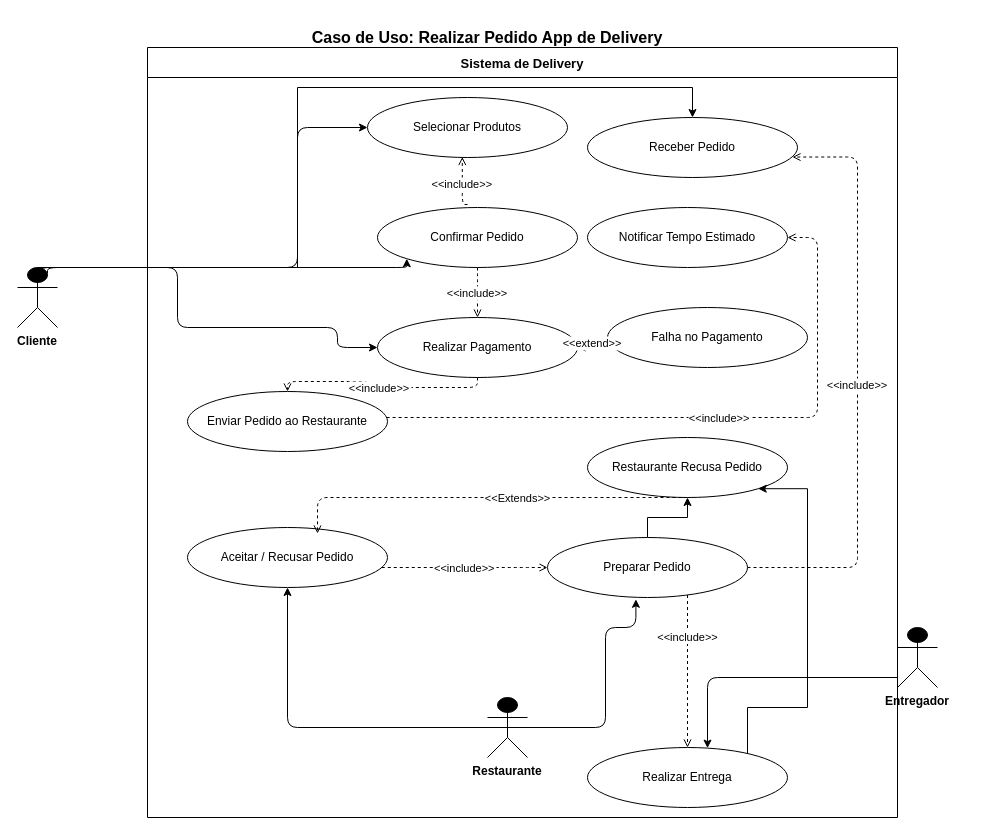
The draw.io diagram CasoDeUsoDelivery.drawio in J-Gabriels-dev/projectDataBase, before the edit. Source tidied: cells renumbered, new cells numbered last; positions are measured from the earlier drawing's top-left corner, leaving out a move shared by most shapes. Both pictures are drawn from the tidied source at 100%, with x=0, y=0 at pixel (17, 17).
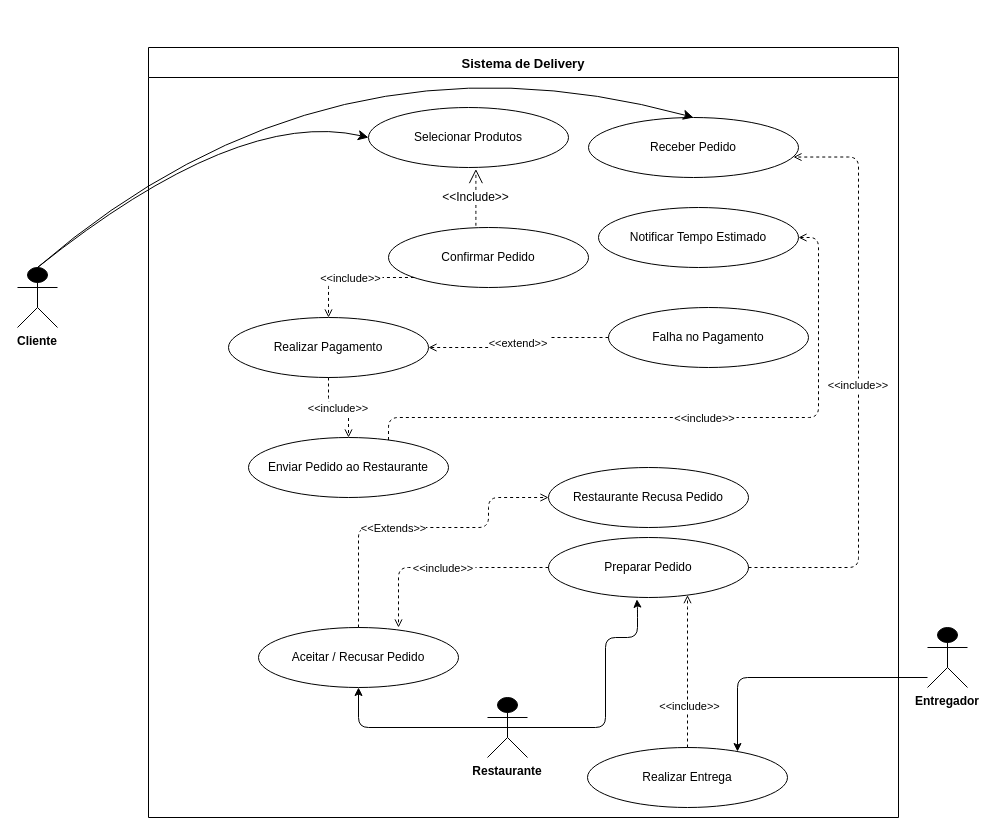
After the change.

The change refers to these unchanged cells:
```xml
<mxCell id="10" value="Preparar Pedido" style="ellipse;whiteSpace=wrap;html=1;fillColor=#ffffff;strokeColor=#000000;fontSize=12;" parent="3" vertex="1">
  <mxGeometry x="400" y="490" width="200" height="60" as="geometry" />
</mxCell>
<mxCell id="11" value="Receber Pedido" style="ellipse;whiteSpace=wrap;html=1;fillColor=#ffffff;strokeColor=#000000;fontSize=12;" parent="3" vertex="1">
  <mxGeometry x="440" y="70" width="210" height="60" as="geometry" />
</mxCell>
<mxCell id="25" value="Cliente" style="shape=umlActor;fillColor=#000000;strokeColor=#000000;fontSize=12;fontStyle=1;verticalLabelPosition=bottom;verticalAlign=top;" parent="1" vertex="1">
  <mxGeometry y="250" width="40" height="60" as="geometry" />
</mxCell>
<mxCell id="26" value="Restaurante" style="shape=umlActor;fillColor=#000000;strokeColor=#000000;fontSize=12;fontStyle=1;verticalLabelPosition=bottom;verticalAlign=top;" parent="1" vertex="1">
  <mxGeometry x="470" y="680" width="40" height="60" as="geometry" />
</mxCell>
<mxCell id="33" value="Realizar Entrega" style="ellipse;whiteSpace=wrap;html=1;fillColor=#ffffff;strokeColor=#000000;fontSize=12;" parent="1" vertex="1">
  <mxGeometry x="570" y="730" width="200" height="60" as="geometry" />
</mxCell>
```

Change to the diagram source:
```diff
@@
-    <mxCell id="2" value="Caso de Uso: Realizar Pedido App de Delivery" style="text;html=1;strokeColor=none;fillColor=none;align=center;verticalAlign=middle;whiteSpace=wrap;rounded=0;fontSize=16;fontStyle=1;" parent="1" vertex="1">
-      <mxGeometry x="130" width="680" height="40" as="geometry" />
-    </mxCell>
     <mxCell id="3" value="Sistema de Delivery" style="swimlane;startSize=30;fillColor=none;strokeColor=#000000;fontStyle=1;fontSize=13;align=center;" parent="1" vertex="1">
-      <mxGeometry x="130" y="30" width="750" height="770" as="geometry" />
+      <mxGeometry x="131" y="30" width="750" height="770" as="geometry" />
     </mxCell>
     <mxCell id="4" value="Selecionar Produtos" style="ellipse;whiteSpace=wrap;html=1;fillColor=#ffffff;strokeColor=#000000;fontSize=12;" parent="3" vertex="1">
-      <mxGeometry x="220" y="50" width="200" height="60" as="geometry" />
+      <mxGeometry x="220" y="60" width="200" height="60" as="geometry" />
     </mxCell>
     <mxCell id="5" value="Confirmar Pedido" style="ellipse;whiteSpace=wrap;html=1;fillColor=#ffffff;strokeColor=#000000;fontSize=12;" parent="3" vertex="1">
-      <mxGeometry x="230" y="160" width="200" height="60" as="geometry" />
+      <mxGeometry x="240" y="180" width="200" height="60" as="geometry" />
     </mxCell>
     <mxCell id="6" value="Realizar Pagamento" style="ellipse;whiteSpace=wrap;html=1;fillColor=#ffffff;strokeColor=#000000;fontSize=12;" parent="3" vertex="1">
-      <mxGeometry x="230" y="270" width="200" height="60" as="geometry" />
+      <mxGeometry x="80" y="270" width="200" height="60" as="geometry" />
     </mxCell>
     <mxCell id="7" value="Enviar Pedido ao Restaurante" style="ellipse;whiteSpace=wrap;html=1;fillColor=#ffffff;strokeColor=#000000;fontSize=12;" parent="3" vertex="1">
-      <mxGeometry x="40" y="344" width="200" height="60" as="geometry" />
+      <mxGeometry x="100" y="390" width="200" height="60" as="geometry" />
     </mxCell>
     <mxCell id="8" value="Aceitar / Recusar Pedido" style="ellipse;whiteSpace=wrap;html=1;fillColor=#ffffff;strokeColor=#000000;fontSize=12;" parent="3" vertex="1">
-      <mxGeometry x="40" y="480" width="200" height="60" as="geometry" />
+      <mxGeometry x="110" y="580" width="200" height="60" as="geometry" />
     </mxCell>
-    <mxCell id="9" style="edgeStyle=orthogonalEdgeStyle;rounded=0;jettySize=auto;html=1;" parent="3" edge="1" source="10" target="14">
-      <mxGeometry relative="1" as="geometry">
-        <Array as="points">
-          <mxPoint x="500" y="470" />
-          <mxPoint x="540" y="470" />
-        </Array>
-      </mxGeometry>
-    </mxCell>
@@
     <mxCell id="12" value="Notificar Tempo Estimado" style="ellipse;whiteSpace=wrap;html=1;fillColor=#ffffff;strokeColor=#000000;fontSize=12;" parent="3" vertex="1">
-      <mxGeometry x="440" y="160" width="200" height="60" as="geometry" />
+      <mxGeometry x="450" y="160" width="200" height="60" as="geometry" />
     </mxCell>
@@
     <mxCell id="14" value="Restaurante Recusa Pedido" style="ellipse;whiteSpace=wrap;html=1;fillColor=#ffffff;strokeColor=#000000;fontSize=12;" parent="3" vertex="1">
-      <mxGeometry x="440" y="390" width="200" height="60" as="geometry" />
+      <mxGeometry x="400" y="420" width="200" height="60" as="geometry" />
     </mxCell>
-    <mxCell id="15" value="&lt;&lt;include&gt;&gt;" style="edgeStyle=orthogonalEdgeStyle;dashed=1;endArrow=open;endFill=0;entryX=0.474;entryY=0.992;entryDx=0;entryDy=0;entryPerimeter=0;" parent="3" edge="1" target="4">
-      <mxGeometry relative="1" as="geometry">
-        <mxPoint x="320" y="157" as="sourcePoint" />
-        <Array as="points">
-          <mxPoint x="315" y="157" />
-        </Array>
-      </mxGeometry>
-    </mxCell>
@@
     <mxCell id="19" value="&lt;&lt;include&gt;&gt;" style="edgeStyle=orthogonalEdgeStyle;dashed=1;endArrow=open;endFill=0;" parent="3" edge="1" source="7" target="12">
       <mxGeometry x="0.04" relative="1" as="geometry">
         <Array as="points">
+          <mxPoint x="240" y="370" />
           <mxPoint x="670" y="370" />
           <mxPoint x="670" y="190" />
         </Array>
       </mxGeometry>
     </mxCell>
-    <mxCell id="20" value="&lt;&lt;include&gt;&gt;" style="edgeStyle=orthogonalEdgeStyle;dashed=1;endArrow=open;endFill=0;" parent="3" edge="1" source="8" target="10">
+    <mxCell id="20" value="&lt;&lt;include&gt;&gt;" style="edgeStyle=orthogonalEdgeStyle;dashed=1;endArrow=open;endFill=0;entryX=0.7;entryY=0;entryDx=0;entryDy=0;entryPerimeter=0;exitX=0;exitY=0.5;exitDx=0;exitDy=0;" parent="3" edge="1" source="10" target="8">
       <mxGeometry relative="1" as="geometry">
         <Array as="points">
-          <mxPoint x="370" y="520" />
-          <mxPoint x="370" y="520" />
+          <mxPoint x="250" y="520" />
         </Array>
       </mxGeometry>
     </mxCell>
-    <mxCell id="21" style="edgeStyle=orthogonalEdgeStyle;dashed=1;endArrow=open;endFill=0;entryX=0.65;entryY=0.1;entryDx=0;entryDy=0;entryPerimeter=0;" parent="3" edge="1" source="14" target="8">
+    <mxCell id="21" style="edgeStyle=orthogonalEdgeStyle;dashed=1;endArrow=open;endFill=0;entryX=0;entryY=0.5;entryDx=0;entryDy=0;exitX=0.5;exitY=0;exitDx=0;exitDy=0;" parent="3" edge="1" source="8" target="14">
       <mxGeometry x="-0.33" y="40" relative="1" as="geometry">
         <Array as="points">
-          <mxPoint x="170" y="450" />
+          <mxPoint x="210" y="480" />
+          <mxPoint x="340" y="480" />
+          <mxPoint x="340" y="450" />
         </Array>
       </mxGeometry>
     </mxCell>
@@
+    <mxCell id="38" value="&amp;lt;&amp;lt;Include&amp;gt;&amp;gt;" style="endArrow=open;endSize=12;dashed=1;html=1;rounded=0;fontSize=12;curved=1;exitX=0.437;exitY=-0.03;exitDx=0;exitDy=0;exitPerimeter=0;entryX=0.537;entryY=1.026;entryDx=0;entryDy=0;entryPerimeter=0;" parent="3" edge="1" source="5" target="4">
+      <mxGeometry relative="1" as="geometry" />
+    </mxCell>
-    <mxCell id="24" style="edgeStyle=orthogonalEdgeStyle;rounded=0;jettySize=auto;html=1;exitX=0.5;exitY=0;exitDx=0;exitDy=0;exitPerimeter=0;entryX=0.5;entryY=0;entryDx=0;entryDy=0;" parent="1" edge="1" source="25" target="11">
+    <mxCell id="24" style="edgeStyle=none;curved=1;rounded=0;jettySize=auto;html=1;exitX=0.5;exitY=0;exitDx=0;exitDy=0;exitPerimeter=0;entryX=0.5;entryY=0;entryDx=0;entryDy=0;fontSize=12;startSize=8;endSize=8;" parent="1" edge="1" source="25" target="11">
       <mxGeometry relative="1" as="geometry">
         <Array as="points">
-          <mxPoint x="280" y="250" />
-          <mxPoint x="280" y="70" />
-          <mxPoint x="675" y="70" />
+          <mxPoint x="310" />
         </Array>
       </mxGeometry>
     </mxCell>
+    <mxCell id="28" style="edgeStyle=none;curved=1;rounded=0;jettySize=auto;html=1;exitX=0.5;exitY=0;exitDx=0;exitDy=0;exitPerimeter=0;entryX=0;entryY=0.5;entryDx=0;entryDy=0;fontSize=12;startSize=8;endSize=8;" parent="1" edge="1" source="25" target="4">
+      <mxGeometry relative="1" as="geometry">
+        <Array as="points">
+          <mxPoint x="220" y="90" />
+        </Array>
+      </mxGeometry>
+    </mxCell>
@@
     <mxCell id="27" value="Entregador" style="shape=umlActor;fillColor=#000000;strokeColor=#000000;fontSize=12;fontStyle=1;verticalLabelPosition=bottom;verticalAlign=top;" parent="1" vertex="1">
-      <mxGeometry x="880" y="610" width="40" height="60" as="geometry" />
+      <mxGeometry x="910" y="610" width="40" height="60" as="geometry" />
     </mxCell>
-    <mxCell id="28" style="edgeStyle=orthogonalEdgeStyle;" parent="1" edge="1" source="25" target="4">
-      <mxGeometry relative="1" as="geometry">
-        <Array as="points">
-          <mxPoint x="280" y="250" />
-          <mxPoint x="280" y="110" />
-        </Array>
-      </mxGeometry>
-    </mxCell>
-    <mxCell id="29" style="edgeStyle=orthogonalEdgeStyle;exitX=0.5;exitY=0.5;exitDx=0;exitDy=0;exitPerimeter=0;entryX=0;entryY=1;entryDx=0;entryDy=0;" parent="1" edge="1" source="25" target="5">
-      <mxGeometry relative="1" as="geometry">
-        <Array as="points">
-          <mxPoint x="20" y="250" />
-          <mxPoint x="389" y="250" />
-        </Array>
-      </mxGeometry>
-    </mxCell>
@@
     <mxCell id="31" style="edgeStyle=orthogonalEdgeStyle;exitX=0.5;exitY=0.5;exitDx=0;exitDy=0;exitPerimeter=0;entryX=0.442;entryY=1.03;entryDx=0;entryDy=0;entryPerimeter=0;" parent="1" edge="1" source="26" target="10">
       <mxGeometry relative="1" as="geometry">
         <Array as="points">
           <mxPoint x="588" y="710" />
-          <mxPoint x="588" y="610" />
-          <mxPoint x="618" y="610" />
+          <mxPoint x="588" y="620" />
+          <mxPoint x="620" y="620" />
+          <mxPoint x="620" y="590" />
         </Array>
       </mxGeometry>
     </mxCell>
     <mxCell id="32" style="edgeStyle=orthogonalEdgeStyle;" parent="1" edge="1" source="27" target="33">
       <mxGeometry relative="1" as="geometry">
         <Array as="points">
-          <mxPoint x="690" y="660" />
+          <mxPoint x="720" y="660" />
         </Array>
       </mxGeometry>
     </mxCell>
@@
-    <mxCell id="34" style="edgeStyle=orthogonalEdgeStyle;dashed=1;endArrow=open;endFill=0;" parent="1" edge="1" source="10" target="33">
+    <mxCell id="34" style="edgeStyle=orthogonalEdgeStyle;dashed=1;endArrow=open;endFill=0;exitX=0.5;exitY=0;exitDx=0;exitDy=0;" parent="1" edge="1" source="33" target="10">
       <mxGeometry x="0.17" y="-39" relative="1" as="geometry">
         <Array as="points">
-          <mxPoint x="670" y="670" />
-          <mxPoint x="670" y="670" />
+          <mxPoint x="670" y="600" />
+          <mxPoint x="670" y="600" />
         </Array>
         <mxPoint x="9" y="-25" as="offset" />
       </mxGeometry>
     </mxCell>
@@
-    <mxCell id="36" style="edgeStyle=orthogonalEdgeStyle;rounded=0;jettySize=auto;html=1;entryX=1;entryY=1;entryDx=0;entryDy=0;" parent="1" edge="1" source="33" target="14">
-      <mxGeometry relative="1" as="geometry">
-        <Array as="points">
-          <mxPoint x="730" y="690" />
-          <mxPoint x="790" y="690" />
-          <mxPoint x="790" y="471" />
-        </Array>
-      </mxGeometry>
-    </mxCell>
-    <mxCell id="37" style="edgeStyle=orthogonalEdgeStyle;exitX=0.75;exitY=0.1;exitDx=0;exitDy=0;exitPerimeter=0;entryX=0;entryY=0.5;entryDx=0;entryDy=0;" parent="1" edge="1" source="25" target="6">
-      <mxGeometry relative="1" as="geometry">
-        <Array as="points">
-          <mxPoint x="30" y="250" />
-          <mxPoint x="160" y="250" />
-          <mxPoint x="160" y="310" />
-          <mxPoint x="320" y="310" />
-          <mxPoint x="320" y="330" />
-        </Array>
-      </mxGeometry>
-    </mxCell>
```
